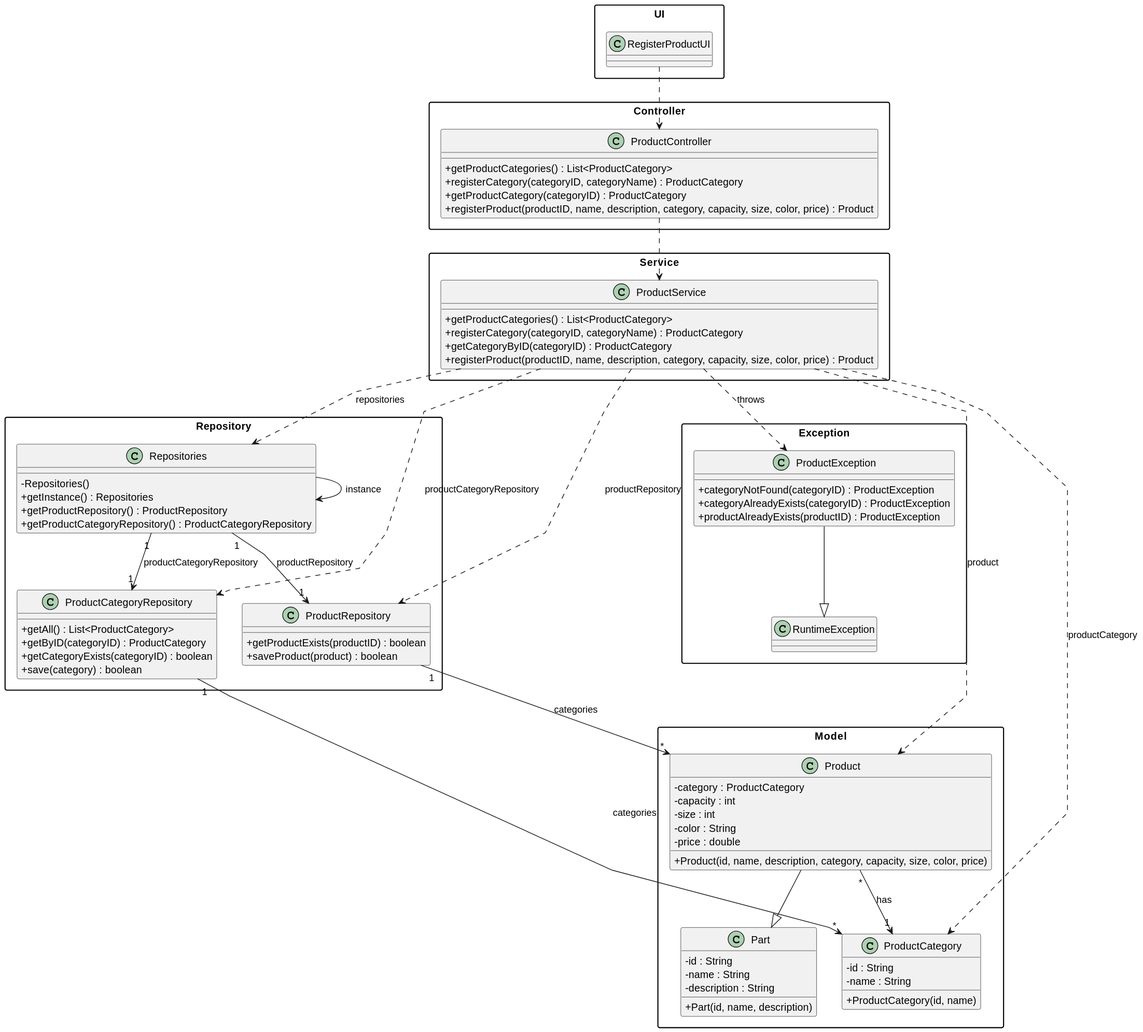
Above: documentation/user-stories/us011/03.design/svg/us011-class-diagram.svg in daniel41silva05/Production_Control_Industrial_ISEP (PlantUML), before the change.
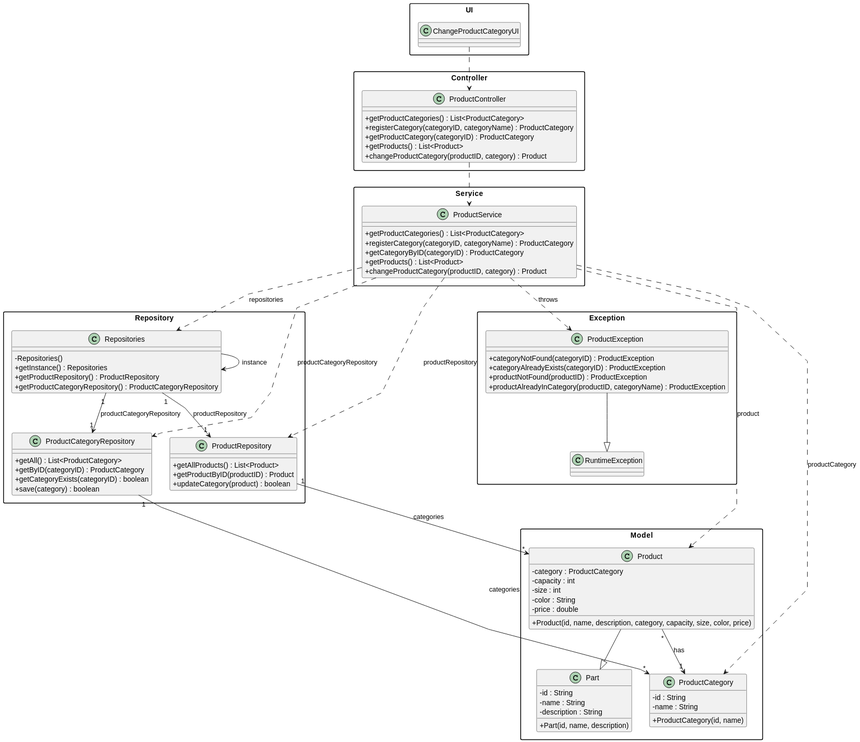
The same diagram one commit later.

The edit, as a diff of the source:
```diff
@@ -5,7 +5,7 @@
 skinparam classAttributeIconSize 0
 
 package "UI" {
-    class RegisterProductUI {
+    class ChangeProductCategoryUI {
     }
 }
 
@@ -14,7 +14,8 @@
         +getProductCategories() : List<ProductCategory>
         +registerCategory(categoryID, categoryName) : ProductCategory
         +getProductCategory(categoryID) : ProductCategory
-        +registerProduct(productID, name, description, category, capacity, size, color, price) : Product
+        +getProducts() : List<Product>
+        +changeProductCategory(productID, category) : Product
     }
 }
 
@@ -23,7 +24,8 @@
         +getProductCategories() : List<ProductCategory>
         +registerCategory(categoryID, categoryName) : ProductCategory
         +getCategoryByID(categoryID) : ProductCategory
-        +registerProduct(productID, name, description, category, capacity, size, color, price) : Product
+        +getProducts() : List<Product>
+        +changeProductCategory(productID, category) : Product
     }
 }
 
@@ -43,8 +45,9 @@
     }
 
     class ProductRepository {
-        +getProductExists(productID) : boolean
-        +saveProduct(product) : boolean
+        +getAllProducts() : List<Product>
+        +getProductByID(productID) : Product
+        +updateCategory(product) : boolean
     }
 }
 
@@ -76,13 +79,14 @@
     class ProductException {
         +categoryNotFound(categoryID) : ProductException
         +categoryAlreadyExists(categoryID) : ProductException
-        +productAlreadyExists(productID) : ProductException
+        +productNotFound(productID) : ProductException
+        +productAlreadyInCategory(productID, categoryName) : ProductException
     }
 
     class RuntimeException
 }
 
-RegisterProductUI ..> ProductController
+ChangeProductCategoryUI ..> ProductController
 ProductController ..> ProductService
 ProductService ..> Repositories : repositories
 ProductService ..> ProductRepository : productRepository
```
